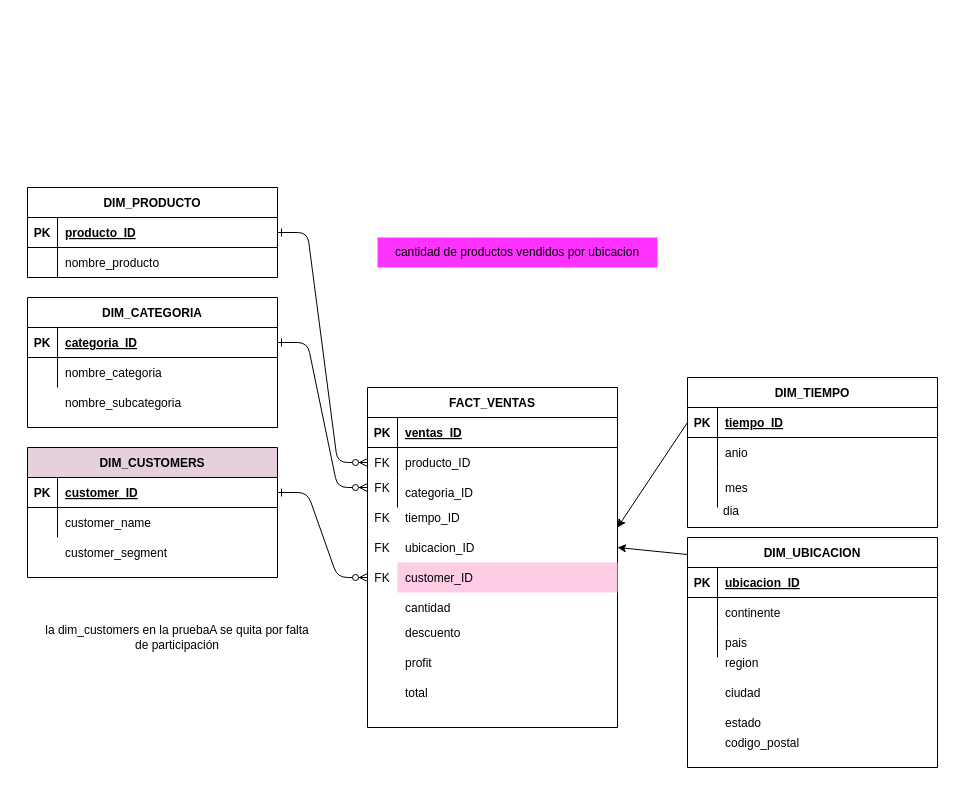
Earlier version of the draw.io diagram page "Page-1" (1 of 2) of BD3_ExamenParcial2.drawio (lourdesvaca/repository-algoritmica-avanzada-2023-2). Source tidied: cells renumbered, new cells numbered last; positions are measured from the earlier drawing's top-left corner, leaving out a move shared by most shapes. Both pictures are drawn from the tidied source at 100%, with x=0, y=0 at pixel (27, 187).
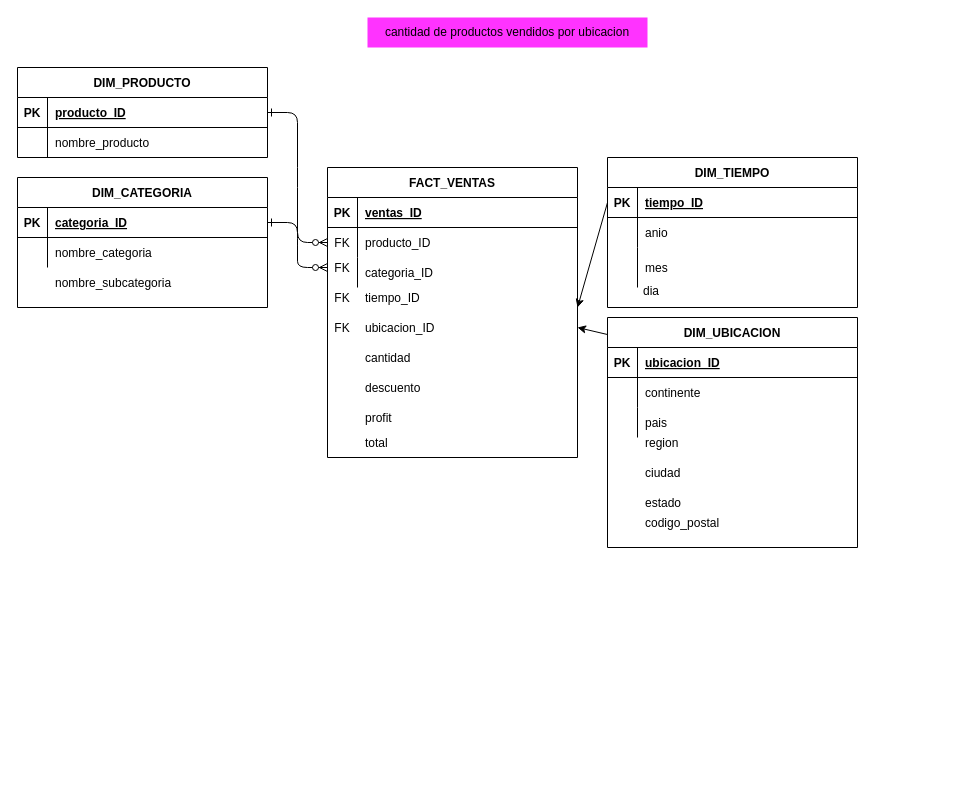
The same page after the edit.

Unchanged cells that the change refers to:
```xml
<mxCell id="14" style="shape=partialRectangle;fillColor=none;points=[[0,0.5],[1,0.5]];portConstraint=eastwest;top=0;left=0;right=0;bottom=1;" parent="13" vertex="1">
  <mxGeometry y="30" width="250" height="30" as="geometry" />
</mxCell>
<mxCell id="57" style="shape=partialRectangle;fillColor=none;points=[[0,0.5],[1,0.5]];portConstraint=eastwest;top=0;left=0;right=0;bottom=1;" parent="56" vertex="1">
  <mxGeometry y="30" width="250" height="30" as="geometry" />
</mxCell>
```

Change to the diagram source:
```diff
@@
-    <mxCell id="2" style="edgeStyle=entityRelationEdgeStyle;endArrow=ERzeroToMany;startArrow=ERone;endFill=1;startFill=0;" parent="1" edge="1" source="24">
-      <mxGeometry relative="1" as="geometry">
-        <mxPoint x="340" y="390" as="targetPoint" />
-      </mxGeometry>
-    </mxCell>
     <mxCell id="3" value="DIM_UBICACION" style="shape=table;startSize=30;childLayout=tableLayout;rowLines=0;fontStyle=1;align=center;" parent="1" vertex="1">
-      <mxGeometry x="660" y="350" width="250" height="230" as="geometry" />
+      <mxGeometry x="580" y="130" width="250" height="230" as="geometry" />
     </mxCell>
@@
     <mxCell id="13" value="DIM_TIEMPO" style="shape=table;startSize=30;childLayout=tableLayout;rowLines=0;fontStyle=1;align=center;" parent="1" vertex="1">
-      <mxGeometry x="660" y="190" width="250" height="150" as="geometry" />
+      <mxGeometry x="580" y="-30" width="250" height="150" as="geometry" />
     </mxCell>
@@
-    <mxCell id="23" value="DIM_CUSTOMERS" style="shape=table;startSize=30;childLayout=tableLayout;rowLines=0;fontStyle=1;align=center;fillColor=#E6D0DE;" parent="1" vertex="1">
-      <mxGeometry y="260" width="250" height="130" as="geometry" />
-    </mxCell>
-    <mxCell id="24" style="shape=partialRectangle;fillColor=none;points=[[0,0.5],[1,0.5]];portConstraint=eastwest;top=0;left=0;right=0;bottom=1;" parent="23" vertex="1">
-      <mxGeometry y="30" width="250" height="30" as="geometry" />
-    </mxCell>
-    <mxCell id="25" value="PK" style="shape=partialRectangle;overflow=hidden;fillColor=none;top=0;left=0;bottom=0;right=0;fontStyle=1;" parent="24" vertex="1">
-      <mxGeometry width="30" height="30" as="geometry" />
-    </mxCell>
-    <mxCell id="26" value="customer_ID" style="shape=partialRectangle;overflow=hidden;fillColor=none;top=0;left=0;bottom=0;right=0;align=left;spacingLeft=6;fontStyle=5;" parent="24" vertex="1">
-      <mxGeometry x="30" width="220" height="30" as="geometry" />
-    </mxCell>
-    <mxCell id="27" style="shape=partialRectangle;fillColor=none;top=0;left=0;right=0;bottom=0;" parent="23" vertex="1">
-      <mxGeometry y="60" width="250" height="30" as="geometry" />
-    </mxCell>
-    <mxCell id="28" style="shape=partialRectangle;overflow=hidden;fillColor=none;top=0;left=0;bottom=0;right=0;" parent="27" vertex="1">
-      <mxGeometry width="30" height="30" as="geometry" />
-    </mxCell>
-    <mxCell id="29" value="customer_name " style="shape=partialRectangle;overflow=hidden;fillColor=none;top=0;left=0;bottom=0;right=0;align=left;spacingLeft=6;" parent="27" vertex="1">
-      <mxGeometry x="30" width="220" height="30" as="geometry" />
-    </mxCell>
     <mxCell id="30" value="dia" style="text;strokeColor=none;fillColor=none;spacingLeft=4;spacingRight=4;overflow=hidden;fontSize=12;whiteSpace=wrap;html=1;" parent="1" vertex="1">
-      <mxGeometry x="690" y="310" width="40" height="30" as="geometry" />
+      <mxGeometry x="610" y="90" width="40" height="30" as="geometry" />
     </mxCell>
-    <mxCell id="31" value="customer_segment" style="shape=partialRectangle;overflow=hidden;fillColor=none;top=0;left=0;bottom=0;right=0;align=left;spacingLeft=6;" parent="1" vertex="1">
-      <mxGeometry x="30" y="350" width="220" height="30" as="geometry" />
-    </mxCell>
     <mxCell id="32" value="FACT_VENTAS" style="shape=table;startSize=30;childLayout=tableLayout;rowLines=0;fontStyle=1;align=center;" parent="1" vertex="1">
-      <mxGeometry x="340" y="200" width="250" height="340" as="geometry" />
+      <mxGeometry x="300" y="-20" width="250" height="290" as="geometry" />
     </mxCell>
@@
     <mxCell id="42" value="FK" style="shape=partialRectangle;overflow=hidden;fillColor=none;top=0;left=0;bottom=0;right=0;" parent="1" vertex="1">
-      <mxGeometry x="340" y="315" width="30" height="30" as="geometry" />
+      <mxGeometry x="300" y="95" width="30" height="30" as="geometry" />
     </mxCell>
     <mxCell id="43" value="FK" style="shape=partialRectangle;overflow=hidden;fillColor=none;top=0;left=0;bottom=0;right=0;" parent="1" vertex="1">
-      <mxGeometry x="340" y="345" width="30" height="30" as="geometry" />
+      <mxGeometry x="300" y="125" width="30" height="30" as="geometry" />
     </mxCell>
-    <mxCell id="44" value="FK" style="shape=partialRectangle;overflow=hidden;fillColor=none;top=0;left=0;bottom=0;right=0;" parent="1" vertex="1">
-      <mxGeometry x="340" y="375" width="30" height="30" as="geometry" />
-    </mxCell>
     <mxCell id="45" value="region" style="shape=partialRectangle;overflow=hidden;fillColor=none;top=0;left=0;bottom=0;right=0;align=left;spacingLeft=6;" parent="1" vertex="1">
-      <mxGeometry x="690" y="460" width="220" height="30" as="geometry" />
+      <mxGeometry x="610" y="240" width="220" height="30" as="geometry" />
     </mxCell>
     <mxCell id="46" value="ciudad" style="shape=partialRectangle;overflow=hidden;fillColor=none;top=0;left=0;bottom=0;right=0;align=left;spacingLeft=6;" parent="1" vertex="1">
-      <mxGeometry x="690" y="490" width="220" height="30" as="geometry" />
+      <mxGeometry x="610" y="270" width="220" height="30" as="geometry" />
     </mxCell>
     <mxCell id="47" value="estado" style="shape=partialRectangle;overflow=hidden;fillColor=none;top=0;left=0;bottom=0;right=0;align=left;spacingLeft=6;" parent="1" vertex="1">
-      <mxGeometry x="690" y="520" width="220" height="30" as="geometry" />
+      <mxGeometry x="610" y="300" width="220" height="30" as="geometry" />
     </mxCell>
     <mxCell id="48" value="codigo_postal" style="shape=partialRectangle;overflow=hidden;fillColor=none;top=0;left=0;bottom=0;right=0;align=left;spacingLeft=6;" parent="1" vertex="1">
-      <mxGeometry x="690" y="540" width="220" height="30" as="geometry" />
+      <mxGeometry x="610" y="320" width="220" height="30" as="geometry" />
     </mxCell>
     <mxCell id="49" value="DIM_PRODUCTO" style="shape=table;startSize=30;childLayout=tableLayout;rowLines=0;fontStyle=1;align=center;" parent="1" vertex="1">
-      <mxGeometry width="250" height="90" as="geometry" />
+      <mxGeometry x="-10" y="-120" width="250" height="90" as="geometry" />
     </mxCell>
@@
     <mxCell id="56" value="DIM_CATEGORIA" style="shape=table;startSize=30;childLayout=tableLayout;rowLines=0;fontStyle=1;align=center;" parent="1" vertex="1">
-      <mxGeometry y="110" width="250" height="130" as="geometry" />
+      <mxGeometry x="-10" y="-10" width="250" height="130" as="geometry" />
     </mxCell>
@@
     <mxCell id="63" value="nombre_subcategoria" style="shape=partialRectangle;overflow=hidden;fillColor=none;top=0;left=0;bottom=0;right=0;align=left;spacingLeft=6;" parent="1" vertex="1">
-      <mxGeometry x="30" y="200" width="220" height="30" as="geometry" />
+      <mxGeometry x="20" y="80" width="220" height="30" as="geometry" />
     </mxCell>
@@
     <mxCell id="65" value="tiempo_ID" style="shape=partialRectangle;overflow=hidden;fillColor=none;top=0;left=0;bottom=0;right=0;align=left;spacingLeft=6;" parent="1" vertex="1">
-      <mxGeometry x="370" y="315" width="220" height="30" as="geometry" />
+      <mxGeometry x="330" y="95" width="220" height="30" as="geometry" />
     </mxCell>
     <mxCell id="66" value="ubicacion_ID" style="shape=partialRectangle;overflow=hidden;fillColor=none;top=0;left=0;bottom=0;right=0;align=left;spacingLeft=6;" parent="1" vertex="1">
-      <mxGeometry x="370" y="345" width="220" height="30" as="geometry" />
+      <mxGeometry x="330" y="125" width="220" height="30" as="geometry" />
     </mxCell>
-    <mxCell id="67" value="customer_ID" style="shape=partialRectangle;overflow=hidden;fillColor=#FFCCE6;top=0;left=0;bottom=0;right=0;align=left;spacingLeft=6;strokeColor=#A680B8;" parent="1" vertex="1">
-      <mxGeometry x="370" y="375" width="220" height="30" as="geometry" />
-    </mxCell>
     <mxCell id="68" value="cantidad" style="shape=partialRectangle;overflow=hidden;fillColor=none;top=0;left=0;bottom=0;right=0;align=left;spacingLeft=6;" parent="1" vertex="1">
-      <mxGeometry x="370" y="405" width="220" height="30" as="geometry" />
+      <mxGeometry x="330" y="155" width="220" height="30" as="geometry" />
     </mxCell>
     <mxCell id="69" value="descuento" style="shape=partialRectangle;overflow=hidden;fillColor=none;top=0;left=0;bottom=0;right=0;align=left;spacingLeft=6;" parent="1" vertex="1">
-      <mxGeometry x="370" y="430" width="220" height="30" as="geometry" />
+      <mxGeometry x="330" y="185" width="220" height="30" as="geometry" />
     </mxCell>
     <mxCell id="70" value="profit" style="shape=partialRectangle;overflow=hidden;fillColor=none;top=0;left=0;bottom=0;right=0;align=left;spacingLeft=6;" parent="1" vertex="1">
-      <mxGeometry x="370" y="460" width="220" height="30" as="geometry" />
+      <mxGeometry x="330" y="215" width="220" height="30" as="geometry" />
     </mxCell>
     <mxCell id="71" value="FK" style="shape=partialRectangle;overflow=hidden;fillColor=none;top=0;left=0;bottom=0;right=0;" parent="1" vertex="1">
-      <mxGeometry x="340" y="285" width="30" height="30" as="geometry" />
+      <mxGeometry x="300" y="65" width="30" height="30" as="geometry" />
     </mxCell>
     <mxCell id="72" style="edgeStyle=entityRelationEdgeStyle;endArrow=ERzeroToMany;startArrow=ERone;endFill=1;startFill=0;exitX=1;exitY=0.5;exitDx=0;exitDy=0;" parent="1" edge="1" source="57">
       <mxGeometry relative="1" as="geometry">
-        <mxPoint x="340" y="300" as="targetPoint" />
+        <mxPoint x="300" y="80" as="targetPoint" />
       </mxGeometry>
     </mxCell>
     <mxCell id="73" style="endArrow=classic;html=1;rounded=0;exitX=0;exitY=0.5;exitDx=0;exitDy=0;" parent="1" edge="1" source="14">
       <mxGeometry relative="1" as="geometry">
-        <mxPoint x="590" y="340" as="targetPoint" />
+        <mxPoint x="550" y="120" as="targetPoint" />
       </mxGeometry>
     </mxCell>
     <mxCell id="74" style="endArrow=classic;html=1;rounded=0;exitX=0;exitY=0.074;exitDx=0;exitDy=0;exitPerimeter=0;" parent="1" edge="1" source="3">
       <mxGeometry relative="1" as="geometry">
-        <mxPoint x="590" y="360" as="targetPoint" />
+        <mxPoint x="550" y="140" as="targetPoint" />
       </mxGeometry>
     </mxCell>
     <mxCell id="75" value="total" style="shape=partialRectangle;overflow=hidden;fillColor=none;top=0;left=0;bottom=0;right=0;align=left;spacingLeft=6;" parent="1" vertex="1">
-      <mxGeometry x="370" y="490" width="220" height="30" as="geometry" />
+      <mxGeometry x="330" y="240" width="220" height="30" as="geometry" />
     </mxCell>
-    <mxCell id="76" value="la dim_customers en la pruebaA se quita por falta de participación" style="text;html=1;strokeColor=none;fillColor=none;align=center;verticalAlign=middle;whiteSpace=wrap;rounded=0;" parent="1" vertex="1">
-      <mxGeometry x="10" y="435" width="280" height="30" as="geometry" />
-    </mxCell>
     <mxCell id="77" value="cantidad de productos vendidos por ubicacion" style="text;html=1;strokeColor=none;fillColor=#FF33FF;align=center;verticalAlign=middle;whiteSpace=wrap;rounded=0;" parent="1" vertex="1">
-      <mxGeometry x="350" y="50" width="280" height="30" as="geometry" />
+      <mxGeometry x="340" y="-170" width="280" height="30" as="geometry" />
     </mxCell>
```
